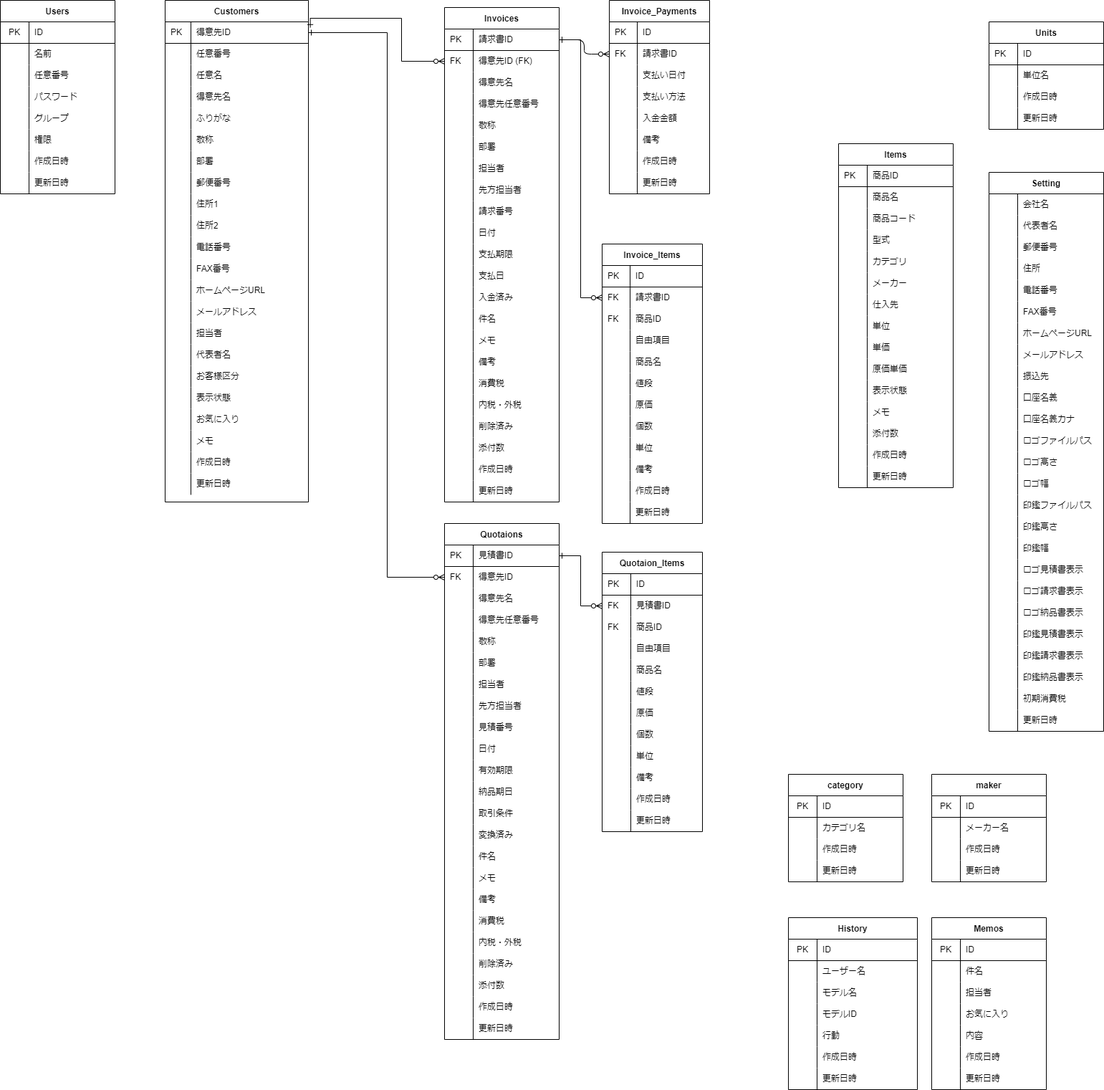
Before: soho_er.png, a diagram exported from draw.io (gamasenninn/caddie-clone). Source tidied: cells renumbered, new cells last; positions are measured from the earlier drawing's top-left corner, leaving out a move shared by most shapes.
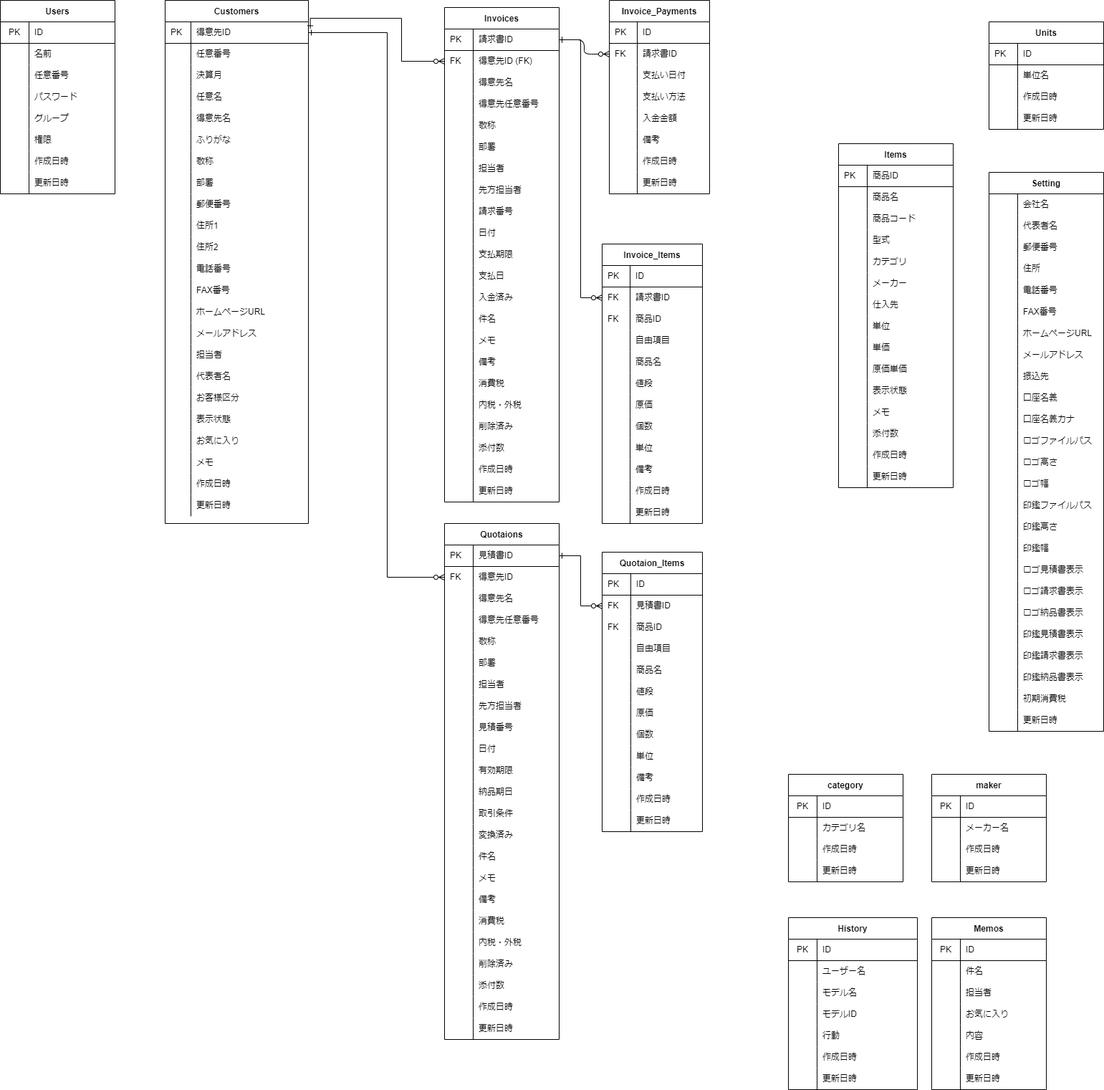
The same file after the commit.

The edit, as a diff of the source:
```diff
@@ -3,7 +3,7 @@
     <mxCell id="0" />
     <mxCell id="1" parent="0" />
     <mxCell id="2" value="Customers" style="shape=table;startSize=30;rowLines=0;fontStyle=1;align=center;" parent="1" vertex="1">
-      <mxGeometry x="230" width="200" height="700" as="geometry" />
+      <mxGeometry x="230" width="200" height="730" as="geometry" />
     </mxCell>
     <mxCell id="3" style="shape=partialRectangle;html=1;whiteSpace=wrap;fillColor=none;top=0;left=0;bottom=1;right=0;points=[[0,0.5],[1,0.5]];portConstraint=eastwest;" parent="2" vertex="1">
       <mxGeometry y="30" width="200" height="30" as="geometry" />
@@ -23,8 +23,17 @@
     <mxCell id="8" value="任意番号" style="shape=partialRectangle;html=1;whiteSpace=wrap;fillColor=none;top=0;left=0;bottom=0;right=0;align=left;spacingLeft=6;overflow=hidden;" parent="6" vertex="1">
       <mxGeometry x="36" width="164" height="30" as="geometry" />
     </mxCell>
+    <mxCell id="540" style="shape=partialRectangle;html=1;whiteSpace=wrap;fillColor=none;top=0;left=0;bottom=0;right=0;" parent="2" vertex="1">
+      <mxGeometry y="90" width="200" height="30" as="geometry" />
+    </mxCell>
+    <mxCell id="541" style="shape=partialRectangle;html=1;whiteSpace=wrap;fillColor=none;top=0;left=0;bottom=0;right=0;align=left;spacingLeft=6;overflow=hidden;" parent="540" vertex="1">
+      <mxGeometry width="36" height="30" as="geometry" />
+    </mxCell>
+    <mxCell id="542" value="決算月" style="shape=partialRectangle;html=1;whiteSpace=wrap;fillColor=none;top=0;left=0;bottom=0;right=0;align=left;spacingLeft=6;overflow=hidden;" parent="540" vertex="1">
+      <mxGeometry x="36" width="164" height="30" as="geometry" />
+    </mxCell>
     <mxCell id="9" style="shape=partialRectangle;html=1;whiteSpace=wrap;fillColor=none;top=0;left=0;bottom=0;right=0;" parent="2" vertex="1">
-      <mxGeometry y="90" width="200" height="30" as="geometry" />
+      <mxGeometry y="120" width="200" height="30" as="geometry" />
     </mxCell>
     <mxCell id="10" style="shape=partialRectangle;html=1;whiteSpace=wrap;fillColor=none;top=0;left=0;bottom=0;right=0;align=left;spacingLeft=6;overflow=hidden;" parent="9" vertex="1">
       <mxGeometry width="36" height="30" as="geometry" />
@@ -33,7 +42,7 @@
       <mxGeometry x="36" width="164" height="30" as="geometry" />
     </mxCell>
     <mxCell id="12" style="shape=partialRectangle;html=1;whiteSpace=wrap;fillColor=none;top=0;left=0;bottom=0;right=0;" parent="2" vertex="1">
-      <mxGeometry y="120" width="200" height="30" as="geometry" />
+      <mxGeometry y="150" width="200" height="30" as="geometry" />
     </mxCell>
     <mxCell id="13" style="shape=partialRectangle;html=1;whiteSpace=wrap;fillColor=none;top=0;left=0;bottom=0;right=0;align=left;spacingLeft=6;overflow=hidden;" parent="12" vertex="1">
       <mxGeometry width="36" height="30" as="geometry" />
@@ -42,7 +51,7 @@
       <mxGeometry x="36" width="164" height="30" as="geometry" />
     </mxCell>
     <mxCell id="15" style="shape=partialRectangle;html=1;whiteSpace=wrap;fillColor=none;top=0;left=0;bottom=0;right=0;" parent="2" vertex="1">
-      <mxGeometry y="150" width="200" height="30" as="geometry" />
+      <mxGeometry y="180" width="200" height="30" as="geometry" />
     </mxCell>
     <mxCell id="16" style="shape=partialRectangle;html=1;whiteSpace=wrap;fillColor=none;top=0;left=0;bottom=0;right=0;align=left;spacingLeft=6;overflow=hidden;" parent="15" vertex="1">
       <mxGeometry width="36" height="30" as="geometry" />
@@ -51,7 +60,7 @@
       <mxGeometry x="36" width="164" height="30" as="geometry" />
     </mxCell>
     <mxCell id="18" style="shape=partialRectangle;html=1;whiteSpace=wrap;fillColor=none;top=0;left=0;bottom=0;right=0;" parent="2" vertex="1">
-      <mxGeometry y="180" width="200" height="30" as="geometry" />
+      <mxGeometry y="210" width="200" height="30" as="geometry" />
     </mxCell>
     <mxCell id="19" style="shape=partialRectangle;html=1;whiteSpace=wrap;fillColor=none;top=0;left=0;bottom=0;right=0;align=left;spacingLeft=6;overflow=hidden;" parent="18" vertex="1">
       <mxGeometry width="36" height="30" as="geometry" />
@@ -60,7 +69,7 @@
       <mxGeometry x="36" width="164" height="30" as="geometry" />
     </mxCell>
     <mxCell id="21" style="shape=partialRectangle;html=1;whiteSpace=wrap;fillColor=none;top=0;left=0;bottom=0;right=0;" parent="2" vertex="1">
-      <mxGeometry y="210" width="200" height="30" as="geometry" />
+      <mxGeometry y="240" width="200" height="30" as="geometry" />
     </mxCell>
     <mxCell id="22" style="shape=partialRectangle;html=1;whiteSpace=wrap;fillColor=none;top=0;left=0;bottom=0;right=0;align=left;spacingLeft=6;overflow=hidden;" parent="21" vertex="1">
       <mxGeometry width="36" height="30" as="geometry" />
@@ -69,7 +78,7 @@
       <mxGeometry x="36" width="164" height="30" as="geometry" />
     </mxCell>
     <mxCell id="24" style="shape=partialRectangle;html=1;whiteSpace=wrap;fillColor=none;top=0;left=0;bottom=0;right=0;" parent="2" vertex="1">
-      <mxGeometry y="240" width="200" height="30" as="geometry" />
+      <mxGeometry y="270" width="200" height="30" as="geometry" />
     </mxCell>
     <mxCell id="25" style="shape=partialRectangle;html=1;whiteSpace=wrap;fillColor=none;top=0;left=0;bottom=0;right=0;align=left;spacingLeft=6;overflow=hidden;" parent="24" vertex="1">
       <mxGeometry width="36" height="30" as="geometry" />
@@ -78,7 +87,7 @@
       <mxGeometry x="36" width="164" height="30" as="geometry" />
     </mxCell>
     <mxCell id="27" style="shape=partialRectangle;html=1;whiteSpace=wrap;fillColor=none;top=0;left=0;bottom=0;right=0;" parent="2" vertex="1">
-      <mxGeometry y="270" width="200" height="30" as="geometry" />
+      <mxGeometry y="300" width="200" height="30" as="geometry" />
     </mxCell>
     <mxCell id="28" style="shape=partialRectangle;html=1;whiteSpace=wrap;fillColor=none;top=0;left=0;bottom=0;right=0;align=left;spacingLeft=6;overflow=hidden;" parent="27" vertex="1">
       <mxGeometry width="36" height="30" as="geometry" />
@@ -87,7 +96,7 @@
       <mxGeometry x="36" width="164" height="30" as="geometry" />
     </mxCell>
     <mxCell id="30" style="shape=partialRectangle;html=1;whiteSpace=wrap;fillColor=none;top=0;left=0;bottom=0;right=0;" parent="2" vertex="1">
-      <mxGeometry y="300" width="200" height="30" as="geometry" />
+      <mxGeometry y="330" width="200" height="30" as="geometry" />
     </mxCell>
     <mxCell id="31" style="shape=partialRectangle;html=1;whiteSpace=wrap;fillColor=none;top=0;left=0;bottom=0;right=0;align=left;spacingLeft=6;overflow=hidden;" parent="30" vertex="1">
       <mxGeometry width="36" height="30" as="geometry" />
@@ -96,7 +105,7 @@
       <mxGeometry x="36" width="164" height="30" as="geometry" />
     </mxCell>
     <mxCell id="33" style="shape=partialRectangle;html=1;whiteSpace=wrap;fillColor=none;top=0;left=0;bottom=0;right=0;" parent="2" vertex="1">
-      <mxGeometry y="330" width="200" height="30" as="geometry" />
+      <mxGeometry y="360" width="200" height="30" as="geometry" />
     </mxCell>
     <mxCell id="34" style="shape=partialRectangle;html=1;whiteSpace=wrap;fillColor=none;top=0;left=0;bottom=0;right=0;align=left;spacingLeft=6;overflow=hidden;" parent="33" vertex="1">
       <mxGeometry width="36" height="30" as="geometry" />
@@ -105,7 +114,7 @@
       <mxGeometry x="36" width="164" height="30" as="geometry" />
     </mxCell>
     <mxCell id="36" style="shape=partialRectangle;html=1;whiteSpace=wrap;fillColor=none;top=0;left=0;bottom=0;right=0;" parent="2" vertex="1">
-      <mxGeometry y="360" width="200" height="30" as="geometry" />
+      <mxGeometry y="390" width="200" height="30" as="geometry" />
     </mxCell>
     <mxCell id="37" style="shape=partialRectangle;html=1;whiteSpace=wrap;fillColor=none;top=0;left=0;bottom=0;right=0;align=left;spacingLeft=6;overflow=hidden;" parent="36" vertex="1">
       <mxGeometry width="36" height="30" as="geometry" />
@@ -114,7 +123,7 @@
       <mxGeometry x="36" width="164" height="30" as="geometry" />
     </mxCell>
     <mxCell id="39" style="shape=partialRectangle;html=1;whiteSpace=wrap;fillColor=none;top=0;left=0;bottom=0;right=0;" parent="2" vertex="1">
-      <mxGeometry y="390" width="200" height="30" as="geometry" />
+      <mxGeometry y="420" width="200" height="30" as="geometry" />
     </mxCell>
     <mxCell id="40" style="shape=partialRectangle;html=1;whiteSpace=wrap;fillColor=none;top=0;left=0;bottom=0;right=0;align=left;spacingLeft=6;overflow=hidden;" parent="39" vertex="1">
       <mxGeometry width="36" height="30" as="geometry" />
@@ -123,7 +132,7 @@
       <mxGeometry x="36" width="164" height="30" as="geometry" />
     </mxCell>
     <mxCell id="42" style="shape=partialRectangle;html=1;whiteSpace=wrap;fillColor=none;top=0;left=0;bottom=0;right=0;" parent="2" vertex="1">
-      <mxGeometry y="420" width="200" height="30" as="geometry" />
+      <mxGeometry y="450" width="200" height="30" as="geometry" />
     </mxCell>
     <mxCell id="43" style="shape=partialRectangle;html=1;whiteSpace=wrap;fillColor=none;top=0;left=0;bottom=0;right=0;align=left;spacingLeft=6;overflow=hidden;" parent="42" vertex="1">
       <mxGeometry width="36" height="30" as="geometry" />
@@ -132,7 +141,7 @@
       <mxGeometry x="36" width="164" height="30" as="geometry" />
     </mxCell>
     <mxCell id="45" style="shape=partialRectangle;html=1;whiteSpace=wrap;fillColor=none;top=0;left=0;bottom=0;right=0;" parent="2" vertex="1">
-      <mxGeometry y="450" width="200" height="30" as="geometry" />
+      <mxGeometry y="480" width="200" height="30" as="geometry" />
     </mxCell>
     <mxCell id="46" style="shape=partialRectangle;html=1;whiteSpace=wrap;fillColor=none;top=0;left=0;bottom=0;right=0;align=left;spacingLeft=6;overflow=hidden;" parent="45" vertex="1">
       <mxGeometry width="36" height="30" as="geometry" />
@@ -141,7 +150,7 @@
       <mxGeometry x="36" width="164" height="30" as="geometry" />
     </mxCell>
     <mxCell id="48" style="shape=partialRectangle;html=1;whiteSpace=wrap;fillColor=none;top=0;left=0;bottom=0;right=0;" parent="2" vertex="1">
-      <mxGeometry y="480" width="200" height="30" as="geometry" />
+      <mxGeometry y="510" width="200" height="30" as="geometry" />
     </mxCell>
     <mxCell id="49" style="shape=partialRectangle;html=1;whiteSpace=wrap;fillColor=none;top=0;left=0;bottom=0;right=0;align=left;spacingLeft=6;overflow=hidden;" parent="48" vertex="1">
       <mxGeometry width="36" height="30" as="geometry" />
@@ -150,7 +159,7 @@
       <mxGeometry x="36" width="164" height="30" as="geometry" />
     </mxCell>
     <mxCell id="51" style="shape=partialRectangle;html=1;whiteSpace=wrap;fillColor=none;top=0;left=0;bottom=0;right=0;" parent="2" vertex="1">
-      <mxGeometry y="510" width="200" height="30" as="geometry" />
+      <mxGeometry y="540" width="200" height="30" as="geometry" />
     </mxCell>
     <mxCell id="52" style="shape=partialRectangle;html=1;whiteSpace=wrap;fillColor=none;top=0;left=0;bottom=0;right=0;align=left;spacingLeft=6;overflow=hidden;" parent="51" vertex="1">
       <mxGeometry width="36" height="30" as="geometry" />
@@ -159,7 +168,7 @@
       <mxGeometry x="36" width="164" height="30" as="geometry" />
     </mxCell>
     <mxCell id="54" style="shape=partialRectangle;html=1;whiteSpace=wrap;fillColor=none;top=0;left=0;bottom=0;right=0;" parent="2" vertex="1">
-      <mxGeometry y="540" width="200" height="30" as="geometry" />
+      <mxGeometry y="570" width="200" height="30" as="geometry" />
     </mxCell>
     <mxCell id="55" style="shape=partialRectangle;html=1;whiteSpace=wrap;fillColor=none;top=0;left=0;bottom=0;right=0;align=left;spacingLeft=6;overflow=hidden;" parent="54" vertex="1">
       <mxGeometry width="36" height="30" as="geometry" />
@@ -168,7 +177,7 @@
       <mxGeometry x="36" width="164" height="30" as="geometry" />
     </mxCell>
     <mxCell id="57" style="shape=partialRectangle;html=1;whiteSpace=wrap;fillColor=none;top=0;left=0;bottom=0;right=0;" parent="2" vertex="1">
-      <mxGeometry y="570" width="200" height="30" as="geometry" />
+      <mxGeometry y="600" width="200" height="30" as="geometry" />
     </mxCell>
     <mxCell id="58" style="shape=partialRectangle;html=1;whiteSpace=wrap;fillColor=none;top=0;left=0;bottom=0;right=0;align=left;spacingLeft=6;overflow=hidden;" parent="57" vertex="1">
       <mxGeometry width="36" height="30" as="geometry" />
@@ -177,7 +186,7 @@
       <mxGeometry x="36" width="164" height="30" as="geometry" />
     </mxCell>
     <mxCell id="60" style="shape=partialRectangle;html=1;whiteSpace=wrap;fillColor=none;top=0;left=0;bottom=0;right=0;" parent="2" vertex="1">
-      <mxGeometry y="600" width="200" height="30" as="geometry" />
+      <mxGeometry y="630" width="200" height="30" as="geometry" />
     </mxCell>
     <mxCell id="61" style="shape=partialRectangle;html=1;whiteSpace=wrap;fillColor=none;top=0;left=0;bottom=0;right=0;align=left;spacingLeft=6;overflow=hidden;" parent="60" vertex="1">
       <mxGeometry width="36" height="30" as="geometry" />
@@ -186,7 +195,7 @@
       <mxGeometry x="36" width="164" height="30" as="geometry" />
     </mxCell>
     <mxCell id="63" style="shape=partialRectangle;html=1;whiteSpace=wrap;fillColor=none;top=0;left=0;bottom=0;right=0;" parent="2" vertex="1">
-      <mxGeometry y="630" width="200" height="30" as="geometry" />
+      <mxGeometry y="660" width="200" height="30" as="geometry" />
     </mxCell>
     <mxCell id="64" style="shape=partialRectangle;html=1;whiteSpace=wrap;fillColor=none;top=0;left=0;bottom=0;right=0;align=left;spacingLeft=6;overflow=hidden;" parent="63" vertex="1">
       <mxGeometry width="36" height="30" as="geometry" />
@@ -195,7 +204,7 @@
       <mxGeometry x="36" width="164" height="30" as="geometry" />
     </mxCell>
     <mxCell id="66" style="shape=partialRectangle;html=1;whiteSpace=wrap;fillColor=none;top=0;left=0;bottom=0;right=0;" parent="2" vertex="1">
-      <mxGeometry y="660" width="200" height="30" as="geometry" />
+      <mxGeometry y="690" width="200" height="30" as="geometry" />
     </mxCell>
     <mxCell id="67" style="shape=partialRectangle;html=1;whiteSpace=wrap;fillColor=none;top=0;left=0;bottom=0;right=0;align=left;spacingLeft=6;overflow=hidden;" parent="66" vertex="1">
       <mxGeometry width="36" height="30" as="geometry" />
```
